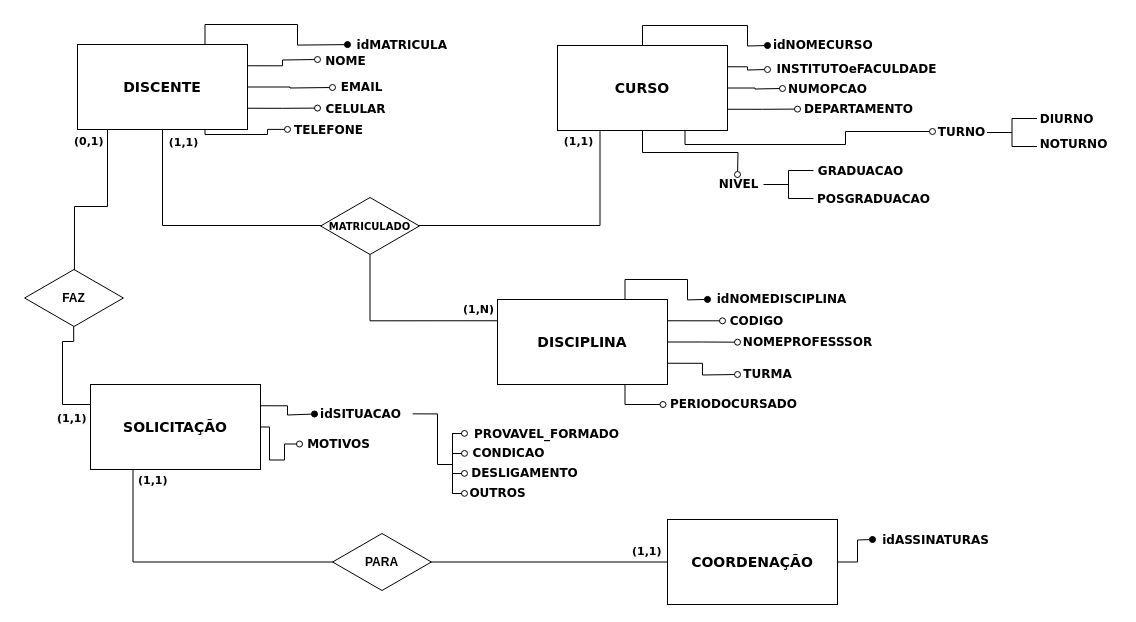
Above: Vectors and Matrices/02.drawio in BGrangeiro/ModeC (draw.io), before the change. Source tidied: cells renumbered, new cells numbered last; positions are measured from the earlier drawing's top-left corner, leaving out a move shared by most shapes. Both pictures are drawn from the tidied source at 100%, with x=0, y=0 at pixel (17, 30).
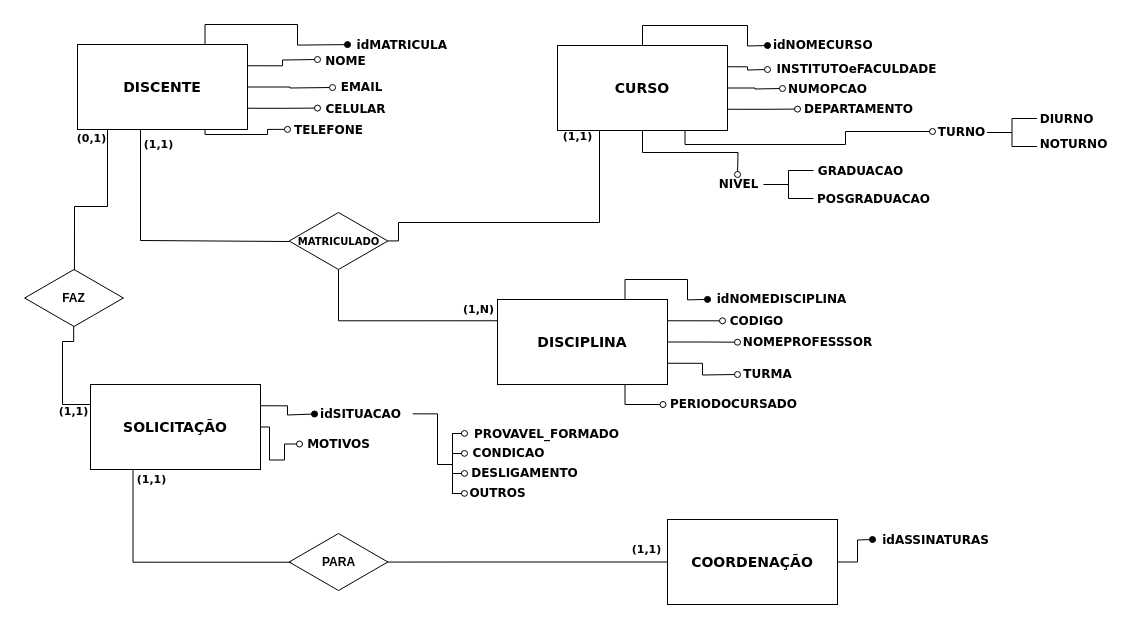
Above is the later version.

Change to the diagram source:
```diff
@@
-    <mxCell id="12" style="edgeStyle=orthogonalEdgeStyle;rounded=0;orthogonalLoop=1;jettySize=auto;html=1;exitX=0.5;exitY=1;exitDx=0;exitDy=0;entryX=0.25;entryY=1;entryDx=0;entryDy=0;endArrow=none;endFill=0;" parent="1" edge="1">
-      <mxGeometry relative="1" as="geometry">
-        <mxPoint x="145" y="85" as="sourcePoint" />
-        <mxPoint x="582.5" y="86" as="targetPoint" />
-        <Array as="points">
-          <mxPoint x="145" y="195" />
-          <mxPoint x="583" y="195" />
-        </Array>
-      </mxGeometry>
-    </mxCell>
-    <mxCell id="13" value="&lt;font face=&quot;Verdana&quot; style=&quot;font-size: 14px;&quot;&gt;&lt;b&gt;DISCENTE&lt;/b&gt;&lt;/font&gt;" style="whiteSpace=wrap;html=1;verticalAlign=middle;" parent="1" vertex="1">
+    <mxCell id="13" value="&lt;font face=&quot;Verdana&quot; style=&quot;font-size: 14px;&quot;&gt;&lt;b&gt;DISCENTE&lt;/b&gt;&lt;/font&gt;" style="whiteSpace=wrap;html=1;verticalAlign=middle;fillColor=none;" parent="1" vertex="1">
       <mxGeometry x="60" y="14" width="170" height="85" as="geometry" />
     </mxCell>
-    <mxCell id="14" value="&lt;b&gt;FAZ&lt;/b&gt;" style="html=1;whiteSpace=wrap;shape=isoRectangle;" parent="1" vertex="1">
+    <mxCell id="14" value="&lt;b&gt;FAZ&lt;/b&gt;" style="html=1;whiteSpace=wrap;shape=isoRectangle;fillColor=none;" parent="1" vertex="1">
       <mxGeometry y="239" width="113" height="57" as="geometry" />
     </mxCell>
@@
-    <mxCell id="17" value="&lt;font style=&quot;font-size: 10px;&quot; face=&quot;Verdana&quot;&gt;&lt;b style=&quot;&quot;&gt;MATRICULADO&lt;/b&gt;&lt;/font&gt;" style="html=1;whiteSpace=wrap;shape=isoRectangle;" parent="1" vertex="1">
-      <mxGeometry x="296" y="167" width="113" height="57" as="geometry" />
-    </mxCell>
@@
-    <mxCell id="24" value="&lt;font face=&quot;Verdana&quot; style=&quot;font-size: 14px;&quot;&gt;&lt;b&gt;DISCIPLINA&lt;/b&gt;&lt;/font&gt; " style="whiteSpace=wrap;html=1;verticalAlign=middle;" parent="1" vertex="1">
+    <mxCell id="24" value="&lt;font face=&quot;Verdana&quot; style=&quot;font-size: 14px;&quot;&gt;&lt;b&gt;DISCIPLINA&lt;/b&gt;&lt;/font&gt; " style="whiteSpace=wrap;html=1;verticalAlign=middle;fillColor=none;" parent="1" vertex="1">
       <mxGeometry x="480" y="269" width="170" height="85" as="geometry" />
     </mxCell>
@@
-    <mxCell id="41" value="&lt;font face=&quot;Verdana&quot;&gt;&lt;span style=&quot;font-size: 14px;&quot;&gt;&lt;b&gt;CURSO&lt;/b&gt;&lt;/span&gt;&lt;/font&gt;" style="whiteSpace=wrap;html=1;verticalAlign=middle;" parent="1" vertex="1">
+    <mxCell id="41" value="&lt;font face=&quot;Verdana&quot;&gt;&lt;span style=&quot;font-size: 14px;&quot;&gt;&lt;b&gt;CURSO&lt;/b&gt;&lt;/span&gt;&lt;/font&gt;" style="whiteSpace=wrap;html=1;verticalAlign=middle;fillColor=none;" parent="1" vertex="1">
       <mxGeometry x="540" y="15" width="170" height="85" as="geometry" />
     </mxCell>
@@
-    <mxCell id="49" style="edgeStyle=orthogonalEdgeStyle;rounded=0;jettySize=auto;html=1;exitX=0;exitY=0.5;exitDx=0;exitDy=0;entryX=0.25;entryY=1;entryDx=0;entryDy=0;endArrow=none;endFill=0;" parent="1" edge="1" source="51" target="65">
+    <mxCell id="49" style="edgeStyle=orthogonalEdgeStyle;rounded=0;jettySize=auto;html=1;exitX=0.081;exitY=0.504;exitDx=0;exitDy=0;entryX=0.25;entryY=1;entryDx=0;entryDy=0;endArrow=none;endFill=0;exitPerimeter=0;" parent="1" edge="1" source="53" target="65">
       <mxGeometry relative="1" as="geometry" />
     </mxCell>
@@
-    <mxCell id="51" value="&lt;font face=&quot;Verdana&quot; style=&quot;font-size: 14px;&quot;&gt;&lt;b&gt;COORDENAÇÃO&lt;/b&gt;&lt;/font&gt;" style="whiteSpace=wrap;html=1;verticalAlign=middle;" parent="1" vertex="1">
+    <mxCell id="51" value="&lt;font face=&quot;Verdana&quot; style=&quot;font-size: 14px;&quot;&gt;&lt;b&gt;COORDENAÇÃO&lt;/b&gt;&lt;/font&gt;" style="whiteSpace=wrap;html=1;verticalAlign=middle;fillColor=none;" parent="1" vertex="1">
       <mxGeometry x="650" y="489" width="170" height="85" as="geometry" />
     </mxCell>
@@
-    <mxCell id="53" value="&lt;b&gt;PARA&lt;/b&gt;" style="html=1;whiteSpace=wrap;shape=isoRectangle;" parent="1" vertex="1">
-      <mxGeometry x="308" y="503" width="113" height="57" as="geometry" />
-    </mxCell>
     <mxCell id="54" value="(1,1)" style="text;html=1;align=center;verticalAlign=middle;strokeColor=none;fillColor=none;fontSize=11;fontFamily=Verdana;fontStyle=1;" parent="1" vertex="1">
-      <mxGeometry x="136" y="97" width="60" height="30" as="geometry" />
+      <mxGeometry x="111" y="98.5" width="60" height="30" as="geometry" />
     </mxCell>
     <mxCell id="55" value="(1,1)" style="text;html=1;align=center;verticalAlign=middle;strokeColor=none;fillColor=none;fontSize=11;fontFamily=Verdana;fontStyle=1;" parent="1" vertex="1">
-      <mxGeometry x="531" y="96" width="60" height="30" as="geometry" />
+      <mxGeometry x="530" y="91" width="60" height="30" as="geometry" />
     </mxCell>
@@
-    <mxCell id="57" value="&lt;span style=&quot;color: rgb(0, 0, 0); font-family: Verdana; font-size: 11px; font-style: normal; font-variant-ligatures: normal; font-variant-caps: normal; font-weight: 700; letter-spacing: normal; orphans: 2; text-align: center; text-indent: 0px; text-transform: none; widows: 2; word-spacing: 0px; -webkit-text-stroke-width: 0px; white-space: nowrap; background-color: rgb(251, 251, 251); text-decoration-thickness: initial; text-decoration-style: initial; text-decoration-color: initial; display: inline !important; float: none;&quot;&gt;(0,1)&lt;/span&gt;" style="text;whiteSpace=wrap;html=1;" parent="1" vertex="1">
-      <mxGeometry x="55" y="97" width="75" height="45" as="geometry" />
-    </mxCell>
-    <mxCell id="58" value="&lt;span style=&quot;color: rgb(0, 0, 0); font-family: Verdana; font-size: 11px; font-style: normal; font-variant-ligatures: normal; font-variant-caps: normal; font-weight: 700; letter-spacing: normal; orphans: 2; text-align: center; text-indent: 0px; text-transform: none; widows: 2; word-spacing: 0px; -webkit-text-stroke-width: 0px; white-space: nowrap; background-color: rgb(251, 251, 251); text-decoration-thickness: initial; text-decoration-style: initial; text-decoration-color: initial; display: inline !important; float: none;&quot;&gt;(1,1)&lt;/span&gt;" style="text;whiteSpace=wrap;html=1;" parent="1" vertex="1">
-      <mxGeometry x="38" y="374" width="75" height="45" as="geometry" />
-    </mxCell>
-    <mxCell id="59" value="&lt;span style=&quot;color: rgb(0, 0, 0); font-family: Verdana; font-size: 11px; font-style: normal; font-variant-ligatures: normal; font-variant-caps: normal; font-weight: 700; letter-spacing: normal; orphans: 2; text-align: center; text-indent: 0px; text-transform: none; widows: 2; word-spacing: 0px; -webkit-text-stroke-width: 0px; white-space: nowrap; background-color: rgb(251, 251, 251); text-decoration-thickness: initial; text-decoration-style: initial; text-decoration-color: initial; display: inline !important; float: none;&quot;&gt;(1,1)&lt;/span&gt;" style="text;whiteSpace=wrap;html=1;" parent="1" vertex="1">
-      <mxGeometry x="612.5" y="507" width="75" height="45" as="geometry" />
-    </mxCell>
@@
-    <mxCell id="65" value="&lt;font face=&quot;Verdana&quot; style=&quot;font-size: 14px;&quot;&gt;&lt;b&gt;SOLICITAÇÃO&lt;/b&gt;&lt;/font&gt;" style="whiteSpace=wrap;html=1;verticalAlign=middle;" parent="1" vertex="1">
+    <mxCell id="65" value="&lt;font face=&quot;Verdana&quot; style=&quot;font-size: 14px;&quot;&gt;&lt;b&gt;SOLICITAÇÃO&lt;/b&gt;&lt;/font&gt;" style="whiteSpace=wrap;html=1;verticalAlign=middle;fillColor=none;" parent="1" vertex="1">
       <mxGeometry x="73" y="354" width="170" height="85" as="geometry" />
     </mxCell>
@@
-    <mxCell id="81" value="&lt;span style=&quot;color: rgb(0, 0, 0); font-family: Verdana; font-size: 11px; font-style: normal; font-variant-ligatures: normal; font-variant-caps: normal; font-weight: 700; letter-spacing: normal; orphans: 2; text-align: center; text-indent: 0px; text-transform: none; widows: 2; word-spacing: 0px; -webkit-text-stroke-width: 0px; white-space: nowrap; background-color: rgb(251, 251, 251); text-decoration-thickness: initial; text-decoration-style: initial; text-decoration-color: initial; display: inline !important; float: none;&quot;&gt;(1,1)&lt;/span&gt;" style="text;whiteSpace=wrap;html=1;" parent="1" vertex="1">
-      <mxGeometry x="118.5" y="436" width="75" height="45" as="geometry" />
-    </mxCell>
+    <mxCell id="82" style="edgeStyle=orthogonalEdgeStyle;rounded=0;jettySize=auto;html=1;exitX=0;exitY=0.5;exitDx=0;exitDy=0;entryX=0.933;entryY=0.501;entryDx=0;entryDy=0;endArrow=none;endFill=0;entryPerimeter=0;" parent="1" edge="1" source="51" target="53">
+      <mxGeometry relative="1" as="geometry" />
+    </mxCell>
+    <mxCell id="53" value="&lt;b&gt;PARA&lt;/b&gt;" style="html=1;whiteSpace=wrap;shape=isoRectangle;fillColor=none;" parent="1" vertex="1">
+      <mxGeometry x="264.5" y="503" width="113" height="57" as="geometry" />
+    </mxCell>
+    <mxCell id="17" value="&lt;font style=&quot;font-size: 10px;&quot; face=&quot;Verdana&quot;&gt;&lt;b style=&quot;&quot;&gt;MATRICULADO&lt;/b&gt;&lt;/font&gt;" style="html=1;whiteSpace=wrap;shape=isoRectangle;fillColor=none;" parent="1" vertex="1">
+      <mxGeometry x="264.5" y="182" width="113" height="57" as="geometry" />
+    </mxCell>
+    <mxCell id="83" style="edgeStyle=orthogonalEdgeStyle;rounded=0;jettySize=auto;html=1;exitX=0.25;exitY=1;exitDx=0;exitDy=0;endArrow=none;endFill=0;entryX=0.065;entryY=0.509;entryDx=0;entryDy=0;entryPerimeter=0;" parent="1" edge="1" target="17">
+      <mxGeometry relative="1" as="geometry">
+        <mxPoint x="90" y="99" as="sourcePoint" />
+        <Array as="points">
+          <mxPoint x="123" y="99" />
+          <mxPoint x="123" y="210" />
+          <mxPoint x="272" y="210" />
+        </Array>
+      </mxGeometry>
+    </mxCell>
+    <mxCell id="84" style="edgeStyle=orthogonalEdgeStyle;rounded=0;jettySize=auto;html=1;exitX=0.25;exitY=1;exitDx=0;exitDy=0;endArrow=none;endFill=0;entryX=0.936;entryY=0.499;entryDx=0;entryDy=0;entryPerimeter=0;" parent="1" edge="1" target="17">
+      <mxGeometry relative="1" as="geometry">
+        <mxPoint x="579" y="100" as="sourcePoint" />
+        <Array as="points">
+          <mxPoint x="582" y="100" />
+          <mxPoint x="582" y="192" />
+          <mxPoint x="381" y="192" />
+          <mxPoint x="381" y="210" />
+        </Array>
+      </mxGeometry>
+    </mxCell>
+    <mxCell id="57" value="(0,1)" style="text;html=1;align=center;verticalAlign=middle;strokeColor=none;fillColor=none;fontSize=11;fontFamily=Verdana;fontStyle=1;" parent="1" vertex="1">
+      <mxGeometry x="43.5" y="92.5" width="60" height="30" as="geometry" />
+    </mxCell>
+    <mxCell id="85" value="(1,1)" style="text;html=1;align=center;verticalAlign=middle;strokeColor=none;fillColor=none;fontSize=11;fontFamily=Verdana;fontStyle=1;" parent="1" vertex="1">
+      <mxGeometry x="25.5" y="365.5" width="60" height="30" as="geometry" />
+    </mxCell>
+    <mxCell id="86" value="(1,1)" style="text;html=1;align=center;verticalAlign=middle;strokeColor=none;fillColor=none;fontSize=11;fontFamily=Verdana;fontStyle=1;" parent="1" vertex="1">
+      <mxGeometry x="104" y="434" width="60" height="30" as="geometry" />
+    </mxCell>
+    <mxCell id="87" value="(1,1)" style="text;html=1;align=center;verticalAlign=middle;strokeColor=none;fillColor=none;fontSize=11;fontFamily=Verdana;fontStyle=1;" parent="1" vertex="1">
+      <mxGeometry x="599" y="504" width="60" height="30" as="geometry" />
+    </mxCell>
```
